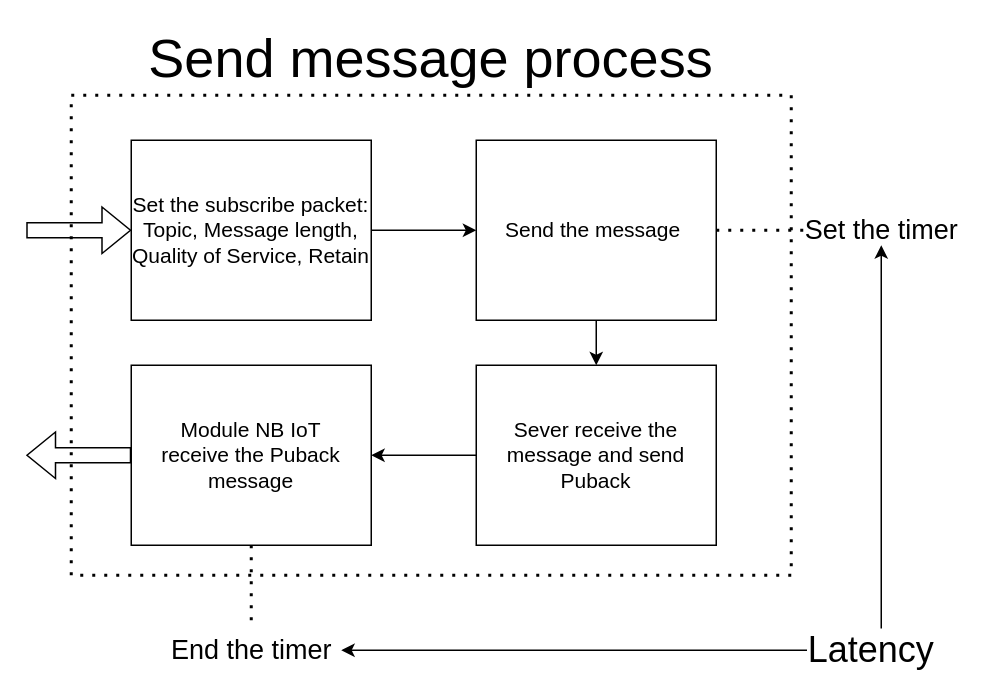
Earlier version of the draw.io diagram Send message.drawio (K2ayzz/ForDrawIO). Source tidied: cells renumbered, new cells numbered last; positions are measured from the earlier drawing's top-left corner, leaving out a move shared by most shapes. Both pictures are drawn from the tidied source at 150%, with x=0, y=0 at pixel (26, 34).
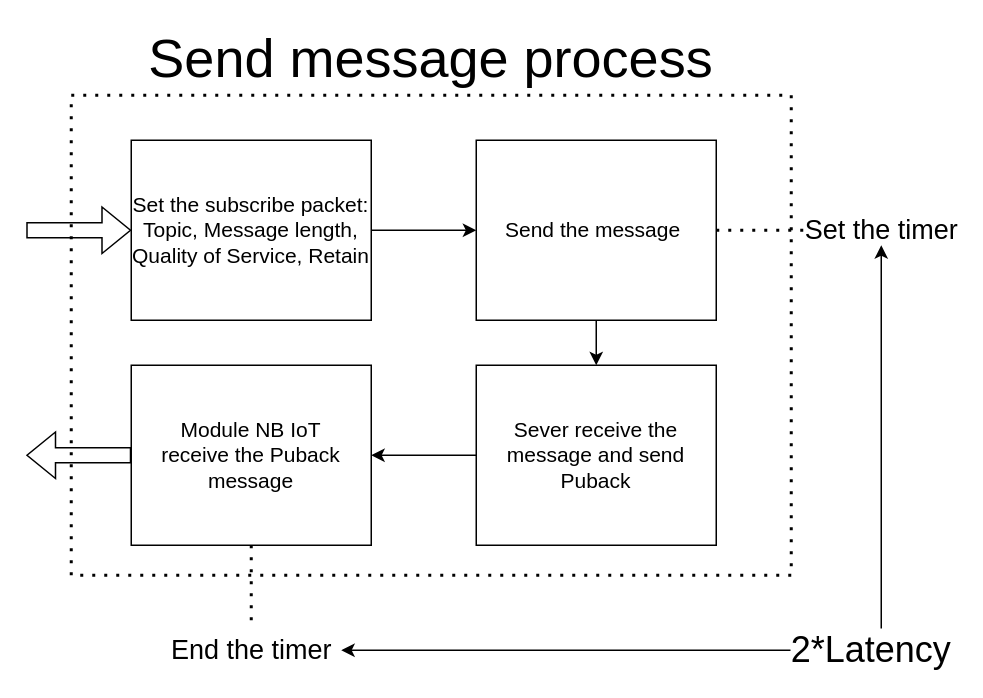
After the change.

Commit message:
Cập nhật Send message.drawio

What changed in the source:
```diff
@@
-    <mxCell id="15" value="&lt;font style=&quot;font-size: 24px;&quot;&gt;Latency&lt;/font&gt;" style="endArrow=classic;startArrow=classic;html=1;rounded=0;" parent="1" edge="1">
+    <mxCell id="15" value="&lt;font style=&quot;font-size: 24px;&quot;&gt;2*Latency&lt;/font&gt;" style="endArrow=classic;startArrow=classic;html=1;rounded=0;" parent="1" edge="1">
       <mxGeometry x="0.12" relative="1" as="geometry">
         <mxPoint x="210" y="410" as="sourcePoint" />
         <mxPoint x="570" y="140" as="targetPoint" />
         <Array as="points">
           <mxPoint x="570" y="410" />
         </Array>
       </mxGeometry>
     </mxCell>
```
